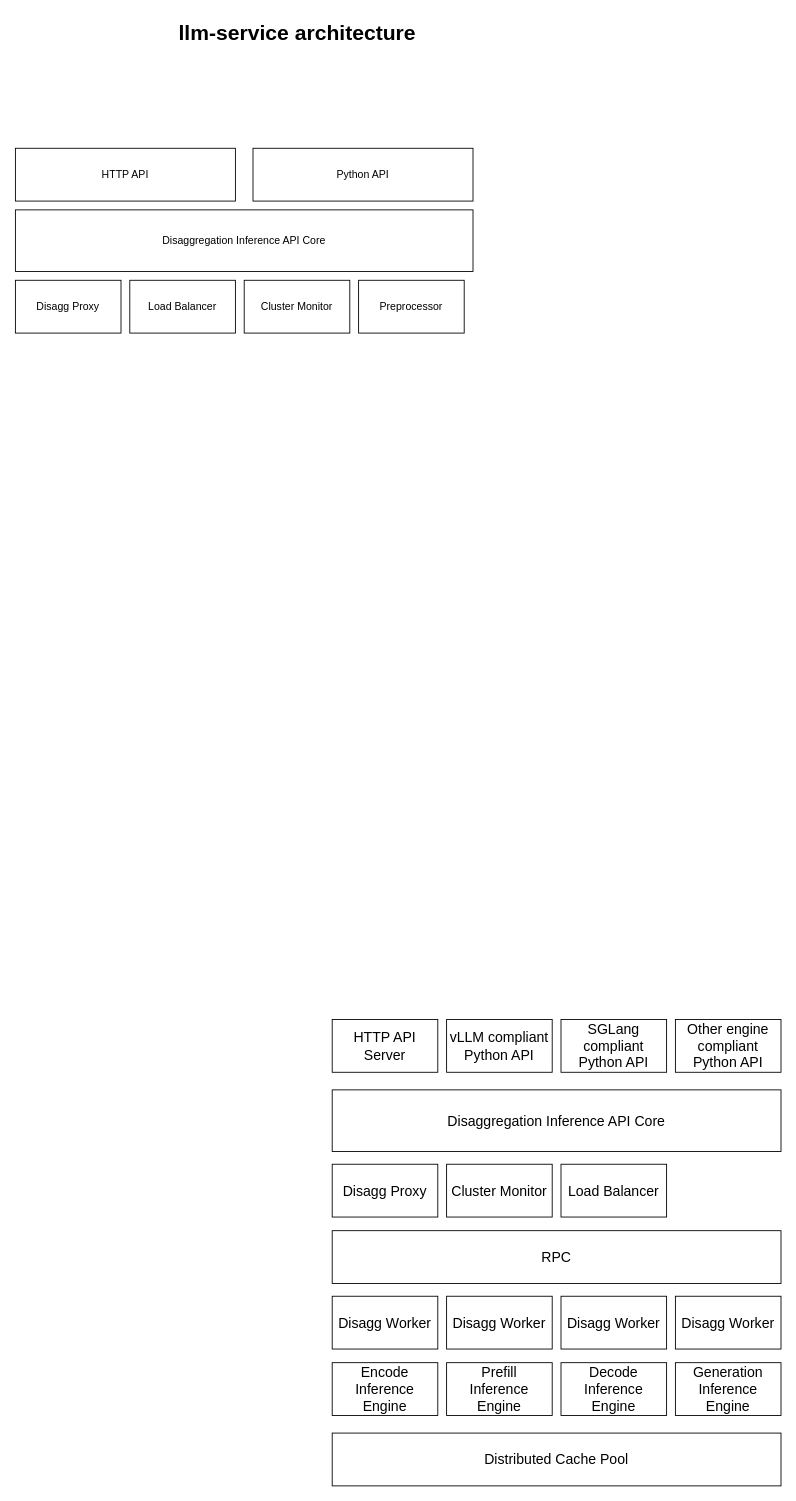
wuhang2014/design_docs keeps this draw.io diagram as llm_service_arch.drawio. Above is the earlier version. Source tidied: cells renumbered, new cells numbered last; positions are measured from the earlier drawing's top-left corner, leaving out a move shared by most shapes. Both pictures are drawn from the tidied source at 88%, with x=0, y=0 at pixel (15, 15).
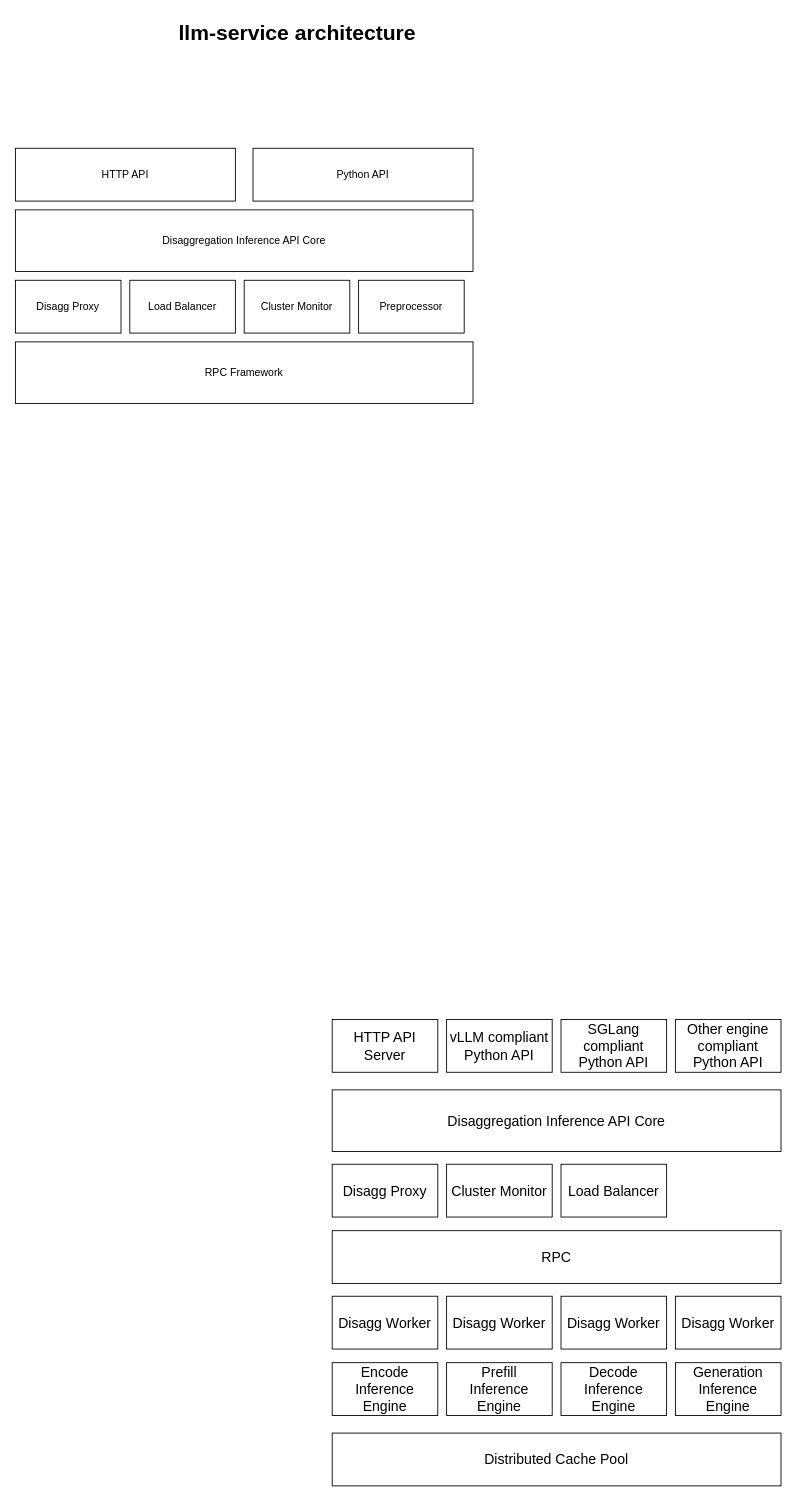
After the change.

Change to the diagram source:
```diff
@@
+    <mxCell id="28" value="RPC Framework" style="rounded=0;whiteSpace=wrap;html=1;fontSize=12;" parent="1" vertex="1">
+      <mxGeometry y="371" width="520" height="70" as="geometry" />
+    </mxCell>
```
